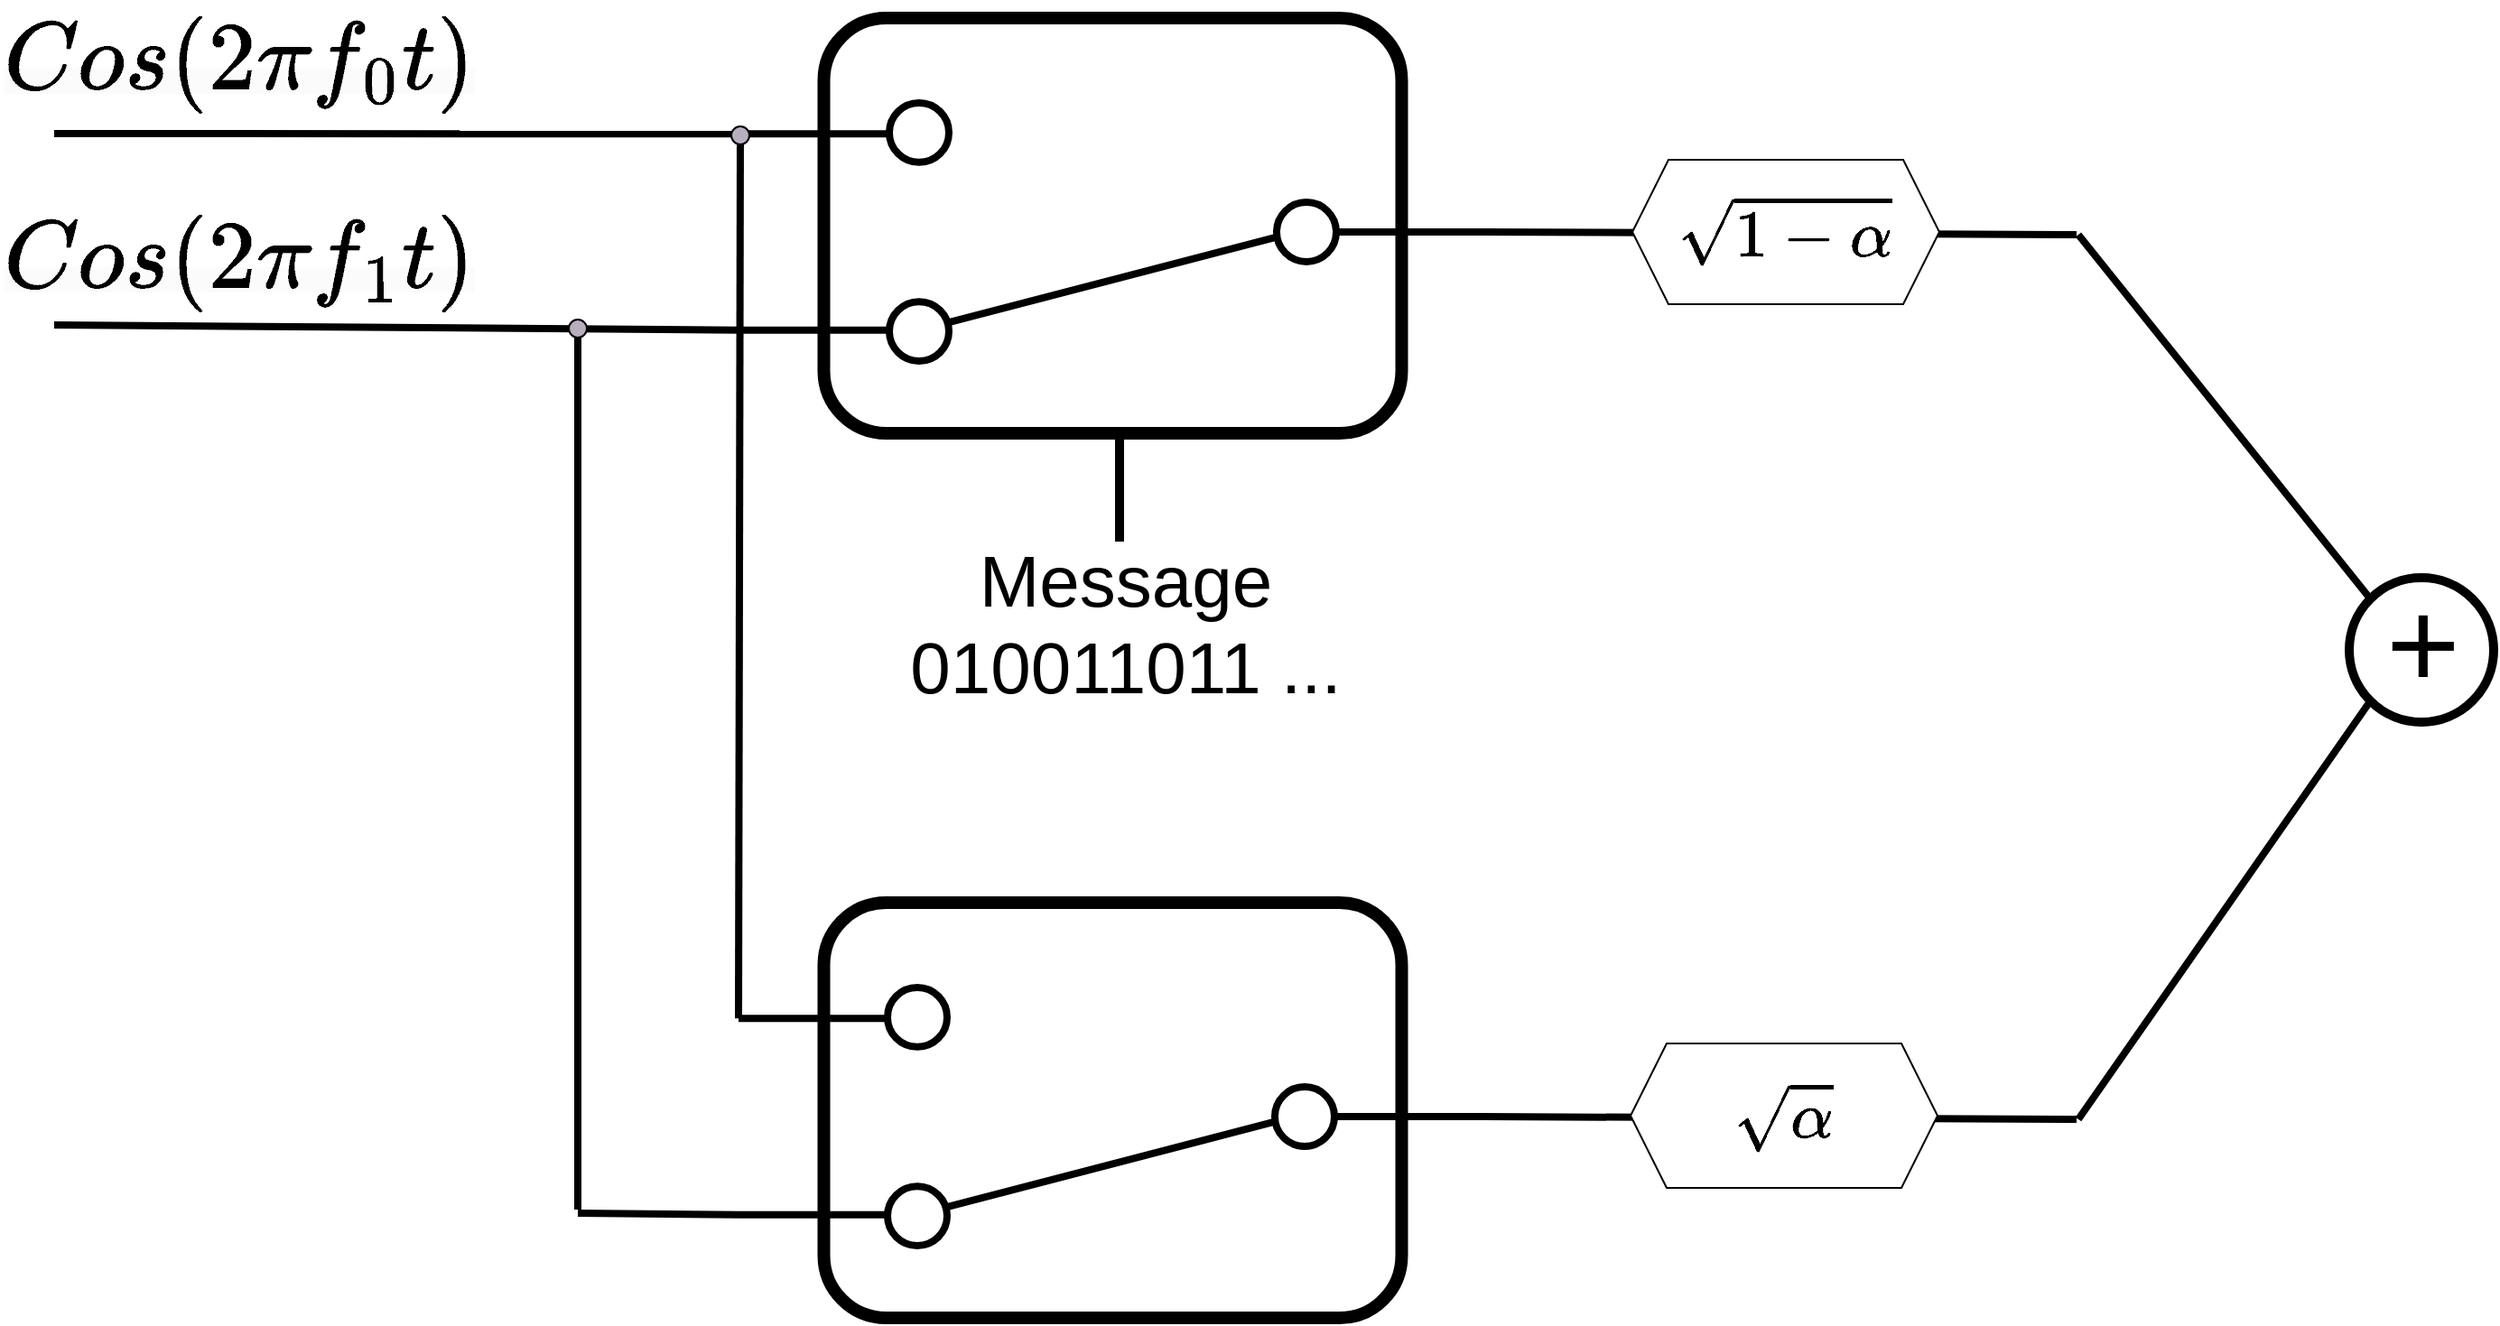
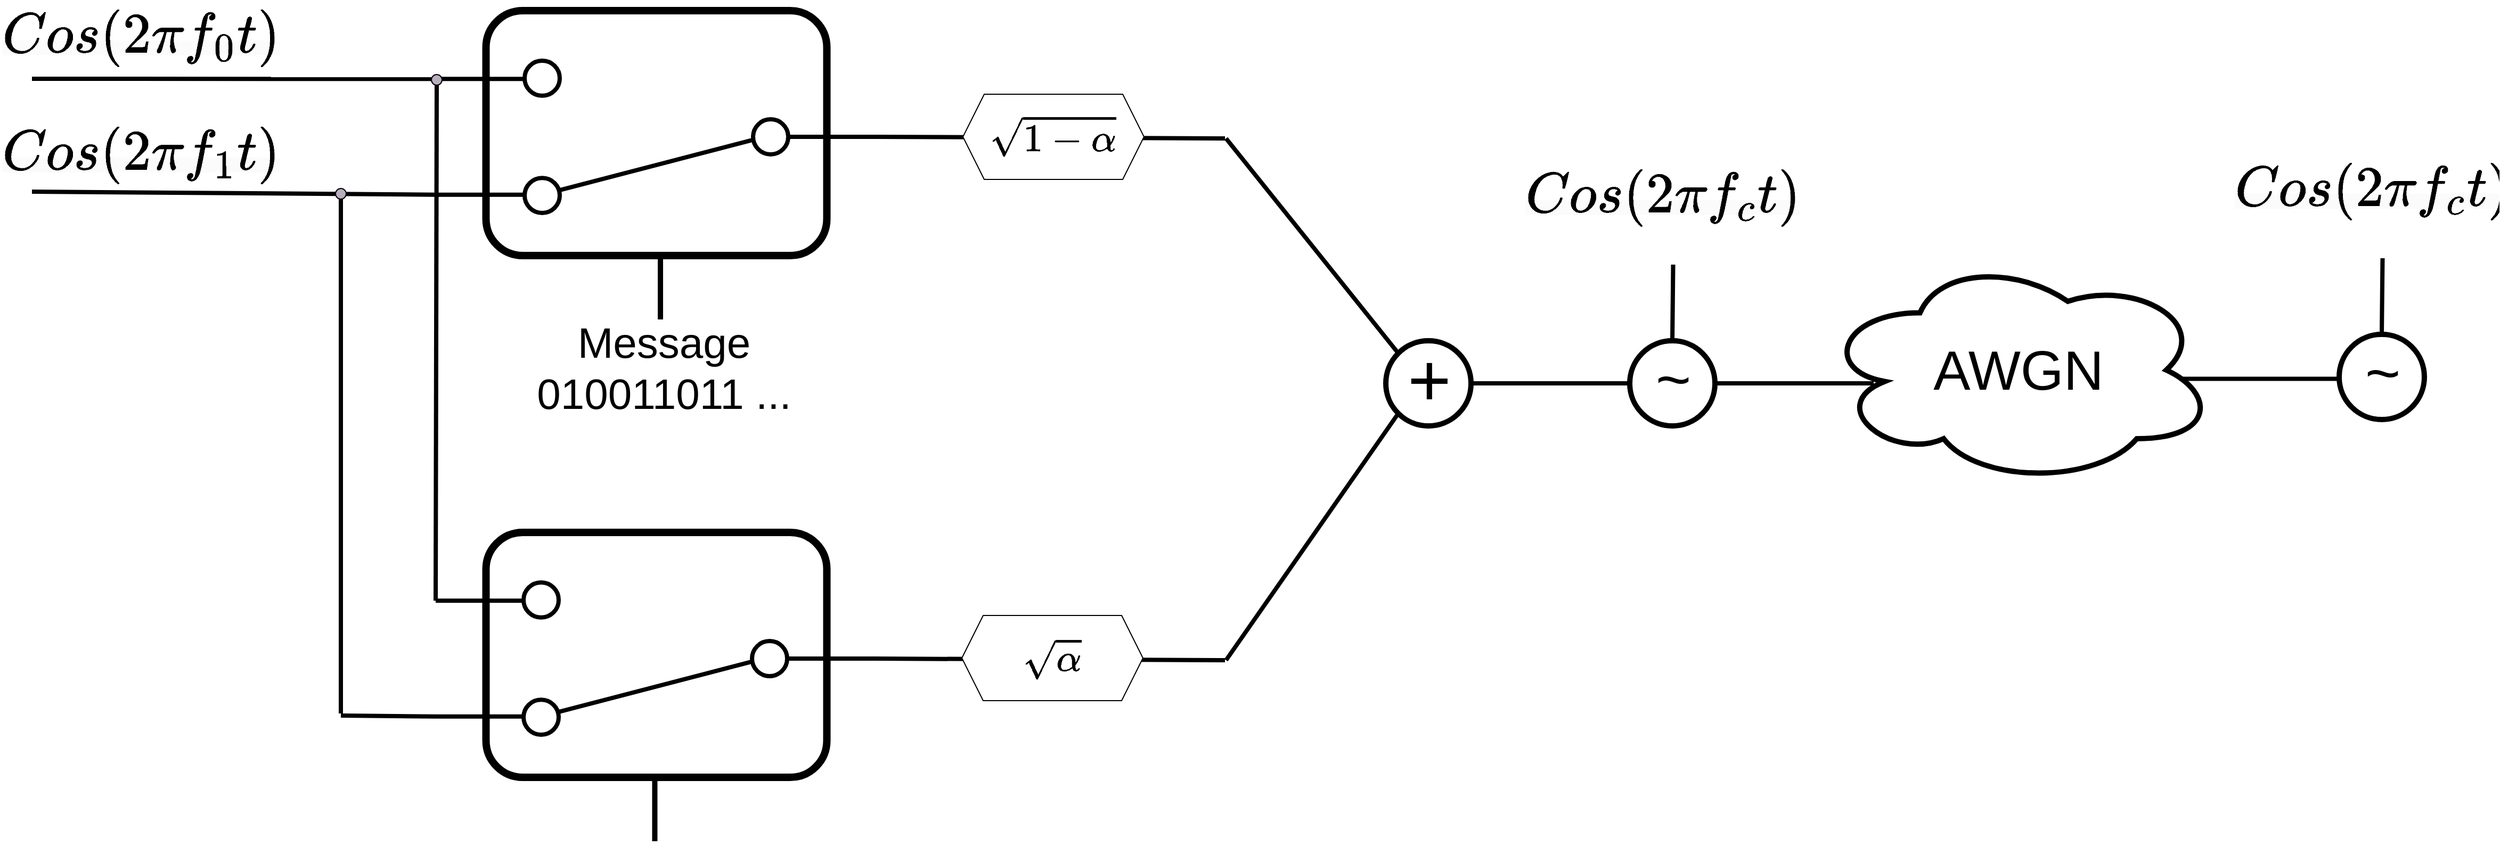
<mxfile host="app.diagrams.net" agent="Mozilla/5.0 (Macintosh; Intel Mac OS X 10_15_7) AppleWebKit/537.36 (KHTML, like Gecko) Chrome/134.0.0.0 Safari/537.36" version="26.1.0">
  <diagram name="Page-1" id="phkbYJqiPzpgWEG-CDjJ">
-     <mxGraphModel dx="3037" dy="1387" grid="1" gridSize="10" guides="1" tooltips="1" connect="1" arrows="1" fold="1" page="1" pageScale="1" pageWidth="850" pageHeight="1100" math="1" shadow="0">
+     <mxGraphModel dx="2639" dy="1135" grid="1" gridSize="10" guides="1" tooltips="1" connect="1" arrows="1" fold="1" page="1" pageScale="1" pageWidth="850" pageHeight="1100" math="1" shadow="0">
      <root>
        <mxCell id="0" />
        <mxCell id="1" parent="0" />
        <mxCell id="wHlsPSZeJdCyMSSXnjVd-3" value="" style="html=1;shape=mxgraph.electrical.electro-mechanical.twoWaySwitch;aspect=fixed;elSwitchState=2;rotation=-180;strokeWidth=4;" vertex="1" parent="1">
          <mxGeometry x="200" y="297" width="412.5" height="143" as="geometry" />
        </mxCell>
        <mxCell id="wHlsPSZeJdCyMSSXnjVd-5" value="&lt;span style=&quot;color: rgb(0, 0, 0); font-family: Helvetica; font-style: normal; font-variant-ligatures: normal; font-variant-caps: normal; font-weight: 400; letter-spacing: normal; orphans: 2; text-align: center; text-indent: 0px; text-transform: none; widows: 2; word-spacing: 0px; -webkit-text-stroke-width: 0px; white-space: normal; background-color: rgb(251, 251, 251); text-decoration-thickness: initial; text-decoration-style: initial; text-decoration-color: initial; float: none; display: inline !important;&quot;&gt;&lt;font style=&quot;font-size: 45px;&quot;&gt;\( Cos(2\pi f_0 t) \)&lt;/font&gt;&lt;/span&gt;" style="text;whiteSpace=wrap;html=1;" vertex="1" parent="1">
          <mxGeometry x="-210" y="240" width="250" height="100" as="geometry" />
        </mxCell>
        <mxCell id="wHlsPSZeJdCyMSSXnjVd-6" value="&lt;span style=&quot;color: rgb(0, 0, 0); font-family: Helvetica; font-style: normal; font-variant-ligatures: normal; font-variant-caps: normal; font-weight: 400; letter-spacing: normal; orphans: 2; text-align: center; text-indent: 0px; text-transform: none; widows: 2; word-spacing: 0px; -webkit-text-stroke-width: 0px; white-space: normal; background-color: rgb(251, 251, 251); text-decoration-thickness: initial; text-decoration-style: initial; text-decoration-color: initial; float: none; display: inline !important;&quot;&gt;&lt;font style=&quot;font-size: 45px;&quot;&gt;\( Cos(2\pi f_1 t) \)&lt;/font&gt;&lt;/span&gt;" style="text;whiteSpace=wrap;html=1;" vertex="1" parent="1">
          <mxGeometry x="-210" y="350" width="250" height="100" as="geometry" />
        </mxCell>
        <mxCell id="wHlsPSZeJdCyMSSXnjVd-7" value="" style="rounded=1;whiteSpace=wrap;html=1;fillColor=none;strokeWidth=7;" vertex="1" parent="1">
          <mxGeometry x="246.25" y="250" width="320" height="230" as="geometry" />
        </mxCell>
        <mxCell id="wHlsPSZeJdCyMSSXnjVd-8" value="" style="html=1;shape=mxgraph.electrical.electro-mechanical.twoWaySwitch;aspect=fixed;elSwitchState=2;rotation=-180;strokeWidth=4;" vertex="1" parent="1">
          <mxGeometry x="199" y="787" width="412.5" height="143" as="geometry" />
        </mxCell>
        <mxCell id="wHlsPSZeJdCyMSSXnjVd-9" value="" style="rounded=1;whiteSpace=wrap;html=1;fillColor=none;strokeWidth=7;" vertex="1" parent="1">
          <mxGeometry x="246.25" y="740" width="320" height="230" as="geometry" />
        </mxCell>
        <mxCell id="wHlsPSZeJdCyMSSXnjVd-10" value="" style="endArrow=none;html=1;rounded=0;entryX=1;entryY=0.88;entryDx=0;entryDy=0;strokeWidth=4;" edge="1" parent="1" target="wHlsPSZeJdCyMSSXnjVd-3">
          <mxGeometry width="50" height="50" relative="1" as="geometry">
            <mxPoint x="-180" y="314" as="sourcePoint" />
            <mxPoint x="165" y="333.5" as="targetPoint" />
          </mxGeometry>
        </mxCell>
        <mxCell id="wHlsPSZeJdCyMSSXnjVd-11" value="" style="endArrow=none;html=1;rounded=0;entryX=1;entryY=0.12;entryDx=0;entryDy=0;strokeWidth=4;" edge="1" parent="1" target="wHlsPSZeJdCyMSSXnjVd-3">
          <mxGeometry width="50" height="50" relative="1" as="geometry">
            <mxPoint x="-180" y="420" as="sourcePoint" />
            <mxPoint x="200" y="429.44" as="targetPoint" />
          </mxGeometry>
        </mxCell>
        <mxCell id="wHlsPSZeJdCyMSSXnjVd-12" value="" style="endArrow=none;html=1;rounded=0;entryX=1;entryY=0.88;entryDx=0;entryDy=0;strokeWidth=4;exitX=1;exitY=0.88;exitDx=0;exitDy=0;" edge="1" parent="1" source="wHlsPSZeJdCyMSSXnjVd-8" target="wHlsPSZeJdCyMSSXnjVd-3">
          <mxGeometry width="50" height="50" relative="1" as="geometry">
            <mxPoint x="170" y="770" as="sourcePoint" />
            <mxPoint x="310" y="380" as="targetPoint" />
          </mxGeometry>
        </mxCell>
        <mxCell id="wHlsPSZeJdCyMSSXnjVd-13" value="" style="endArrow=none;html=1;rounded=0;entryX=1;entryY=0.88;entryDx=0;entryDy=0;strokeWidth=4;" edge="1" parent="1">
          <mxGeometry width="50" height="50" relative="1" as="geometry">
            <mxPoint x="110" y="910" as="sourcePoint" />
            <mxPoint x="110" y="420" as="targetPoint" />
          </mxGeometry>
        </mxCell>
        <mxCell id="wHlsPSZeJdCyMSSXnjVd-14" value="" style="endArrow=none;html=1;rounded=0;entryX=1;entryY=0.12;entryDx=0;entryDy=0;strokeWidth=4;" edge="1" parent="1" target="wHlsPSZeJdCyMSSXnjVd-8">
          <mxGeometry width="50" height="50" relative="1" as="geometry">
            <mxPoint x="110" y="912" as="sourcePoint" />
            <mxPoint x="280" y="852" as="targetPoint" />
          </mxGeometry>
        </mxCell>
        <mxCell id="wHlsPSZeJdCyMSSXnjVd-16" value="" style="ellipse;whiteSpace=wrap;html=1;aspect=fixed;fillColor=#B8AEBD;" vertex="1" parent="1">
          <mxGeometry x="195" y="310" width="10" height="10" as="geometry" />
        </mxCell>
        <mxCell id="wHlsPSZeJdCyMSSXnjVd-21" value="" style="ellipse;whiteSpace=wrap;html=1;aspect=fixed;fillColor=#B8AEBD;" vertex="1" parent="1">
          <mxGeometry x="105" y="417" width="10" height="10" as="geometry" />
        </mxCell>
        <mxCell id="wHlsPSZeJdCyMSSXnjVd-22" value="" style="endArrow=none;html=1;rounded=0;strokeWidth=5;" edge="1" parent="1">
          <mxGeometry width="50" height="50" relative="1" as="geometry">
            <mxPoint x="410" y="540" as="sourcePoint" />
            <mxPoint x="410" y="480" as="targetPoint" />
          </mxGeometry>
        </mxCell>
        <mxCell id="wHlsPSZeJdCyMSSXnjVd-23" value="&lt;font style=&quot;font-size: 40px;&quot;&gt;Message&lt;br&gt;010011011 ...&lt;/font&gt;" style="text;html=1;align=center;verticalAlign=middle;whiteSpace=wrap;rounded=0;" vertex="1" parent="1">
          <mxGeometry x="246.25" y="570" width="334.75" height="30" as="geometry" />
        </mxCell>
        <mxCell id="wHlsPSZeJdCyMSSXnjVd-27" value="" style="endArrow=none;html=1;rounded=0;exitX=0;exitY=0.5;exitDx=0;exitDy=0;strokeWidth=4;" edge="1" parent="1">
          <mxGeometry width="50" height="50" relative="1" as="geometry">
            <mxPoint x="612.5" y="368.5" as="sourcePoint" />
            <mxPoint x="940" y="370" as="targetPoint" />
          </mxGeometry>
        </mxCell>
        <mxCell id="wHlsPSZeJdCyMSSXnjVd-28" value="" style="endArrow=none;html=1;rounded=0;exitX=0;exitY=0.5;exitDx=0;exitDy=0;strokeWidth=4;" edge="1" parent="1" source="wHlsPSZeJdCyMSSXnjVd-8">
          <mxGeometry width="50" height="50" relative="1" as="geometry">
            <mxPoint x="612.5" y="858.05" as="sourcePoint" />
            <mxPoint x="940" y="860" as="targetPoint" />
          </mxGeometry>
        </mxCell>
        <mxCell id="wHlsPSZeJdCyMSSXnjVd-29" value="" style="group" vertex="1" connectable="0" parent="1">
          <mxGeometry x="1091" y="560" width="80" height="80" as="geometry" />
        </mxCell>
        <mxCell id="wHlsPSZeJdCyMSSXnjVd-15" value="" style="ellipse;whiteSpace=wrap;html=1;aspect=fixed;strokeWidth=5;" vertex="1" parent="wHlsPSZeJdCyMSSXnjVd-29">
          <mxGeometry width="80" height="80" as="geometry" />
        </mxCell>
        <mxCell id="wHlsPSZeJdCyMSSXnjVd-26" value="&lt;font style=&quot;font-size: 70px;&quot;&gt;+&lt;/font&gt;" style="text;html=1;align=center;verticalAlign=middle;whiteSpace=wrap;rounded=0;" vertex="1" parent="wHlsPSZeJdCyMSSXnjVd-29">
          <mxGeometry x="11" y="21" width="60" height="30" as="geometry" />
        </mxCell>
        <mxCell id="wHlsPSZeJdCyMSSXnjVd-31" value="" style="endArrow=none;html=1;rounded=0;exitX=0;exitY=0;exitDx=0;exitDy=0;strokeWidth=4;" edge="1" parent="1" source="wHlsPSZeJdCyMSSXnjVd-15">
          <mxGeometry width="50" height="50" relative="1" as="geometry">
            <mxPoint x="1111" y="560" as="sourcePoint" />
            <mxPoint x="941" y="370" as="targetPoint" />
          </mxGeometry>
        </mxCell>
        <mxCell id="wHlsPSZeJdCyMSSXnjVd-32" value="" style="endArrow=none;html=1;rounded=0;entryX=0;entryY=1;entryDx=0;entryDy=0;strokeWidth=4;" edge="1" parent="1" target="wHlsPSZeJdCyMSSXnjVd-15">
          <mxGeometry width="50" height="50" relative="1" as="geometry">
            <mxPoint x="941" y="860" as="sourcePoint" />
            <mxPoint x="981" y="650" as="targetPoint" />
          </mxGeometry>
        </mxCell>
        <mxCell id="wHlsPSZeJdCyMSSXnjVd-36" value="&lt;span style=&quot;font-size: 31px;&quot;&gt;\( \sqrt{1- \alpha} \)&lt;/span&gt;" style="shape=hexagon;perimeter=hexagonPerimeter2;whiteSpace=wrap;html=1;fixedSize=1;" vertex="1" parent="1">
          <mxGeometry x="694" y="328.5" width="170" height="80" as="geometry" />
        </mxCell>
        <mxCell id="wHlsPSZeJdCyMSSXnjVd-37" value="&lt;span style=&quot;font-size: 31px;&quot;&gt;\( \sqrt{\alpha} \)&lt;/span&gt;" style="shape=hexagon;perimeter=hexagonPerimeter2;whiteSpace=wrap;html=1;fixedSize=1;" vertex="1" parent="1">
          <mxGeometry x="693" y="818" width="170" height="80" as="geometry" />
        </mxCell>
+         <mxCell id="wHlsPSZeJdCyMSSXnjVd-38" value="" style="endArrow=none;html=1;rounded=0;strokeWidth=4;" edge="1" parent="1">
+           <mxGeometry width="50" height="50" relative="1" as="geometry">
+             <mxPoint x="1171" y="600" as="sourcePoint" />
+             <mxPoint x="1320" y="600" as="targetPoint" />
+           </mxGeometry>
+         </mxCell>
+         <mxCell id="wHlsPSZeJdCyMSSXnjVd-39" value="" style="endArrow=none;html=1;rounded=0;strokeWidth=5;" edge="1" parent="1">
+           <mxGeometry width="50" height="50" relative="1" as="geometry">
+             <mxPoint x="404.72" y="1030" as="sourcePoint" />
+             <mxPoint x="404.72" y="970" as="targetPoint" />
+           </mxGeometry>
+         </mxCell>
+         <mxCell id="wHlsPSZeJdCyMSSXnjVd-40" value="" style="group" vertex="1" connectable="0" parent="1">
+           <mxGeometry x="1320" y="560" width="80" height="80" as="geometry" />
+         </mxCell>
+         <mxCell id="wHlsPSZeJdCyMSSXnjVd-41" value="" style="ellipse;whiteSpace=wrap;html=1;aspect=fixed;strokeWidth=5;" vertex="1" parent="wHlsPSZeJdCyMSSXnjVd-40">
+           <mxGeometry width="80" height="80" as="geometry" />
+         </mxCell>
+         <mxCell id="wHlsPSZeJdCyMSSXnjVd-42" value="&lt;font style=&quot;font-size: 57px;&quot;&gt;~&lt;/font&gt;" style="text;html=1;align=center;verticalAlign=middle;whiteSpace=wrap;rounded=0;" vertex="1" parent="wHlsPSZeJdCyMSSXnjVd-40">
+           <mxGeometry x="11" y="21" width="60" height="30" as="geometry" />
+         </mxCell>
+         <mxCell id="wHlsPSZeJdCyMSSXnjVd-44" value="&lt;span style=&quot;color: rgb(0, 0, 0); font-family: Helvetica; font-style: normal; font-variant-ligatures: normal; font-variant-caps: normal; font-weight: 400; letter-spacing: normal; orphans: 2; text-align: center; text-indent: 0px; text-transform: none; widows: 2; word-spacing: 0px; -webkit-text-stroke-width: 0px; white-space: normal; background-color: rgb(251, 251, 251); text-decoration-thickness: initial; text-decoration-style: initial; text-decoration-color: initial; float: none; display: inline !important;&quot;&gt;&lt;font style=&quot;font-size: 45px;&quot;&gt;\( Cos(2\pi f_c t) \)&lt;/font&gt;&lt;/span&gt;" style="text;whiteSpace=wrap;html=1;" vertex="1" parent="1">
+           <mxGeometry x="1220" y="390" width="250" height="100" as="geometry" />
+         </mxCell>
+         <mxCell id="wHlsPSZeJdCyMSSXnjVd-45" value="" style="endArrow=none;html=1;rounded=0;exitX=0.5;exitY=0;exitDx=0;exitDy=0;entryX=0.563;entryY=0.985;entryDx=0;entryDy=0;entryPerimeter=0;strokeWidth=4;" edge="1" parent="1" source="wHlsPSZeJdCyMSSXnjVd-41" target="wHlsPSZeJdCyMSSXnjVd-44">
+           <mxGeometry width="50" height="50" relative="1" as="geometry">
+             <mxPoint x="780" y="820" as="sourcePoint" />
+             <mxPoint x="830" y="770" as="targetPoint" />
+           </mxGeometry>
+         </mxCell>
+         <mxCell id="wHlsPSZeJdCyMSSXnjVd-46" value="" style="endArrow=none;html=1;rounded=0;strokeWidth=4;" edge="1" parent="1">
+           <mxGeometry width="50" height="50" relative="1" as="geometry">
+             <mxPoint x="1400" y="600" as="sourcePoint" />
+             <mxPoint x="1549" y="600" as="targetPoint" />
+           </mxGeometry>
+         </mxCell>
+         <mxCell id="wHlsPSZeJdCyMSSXnjVd-47" value="&lt;font style=&quot;font-size: 52px;&quot;&gt;AWGN&lt;/font&gt;" style="ellipse;shape=cloud;whiteSpace=wrap;html=1;strokeWidth=5;" vertex="1" parent="1">
+           <mxGeometry x="1500" y="480" width="370" height="215" as="geometry" />
+         </mxCell>
+         <mxCell id="wHlsPSZeJdCyMSSXnjVd-48" value="" style="endArrow=none;html=1;rounded=0;strokeWidth=4;" edge="1" parent="1">
+           <mxGeometry width="50" height="50" relative="1" as="geometry">
+             <mxPoint x="1836" y="595.78" as="sourcePoint" />
+             <mxPoint x="1985" y="595.78" as="targetPoint" />
+           </mxGeometry>
+         </mxCell>
+         <mxCell id="wHlsPSZeJdCyMSSXnjVd-50" value="" style="group" vertex="1" connectable="0" parent="1">
+           <mxGeometry x="1986" y="554" width="80" height="80" as="geometry" />
+         </mxCell>
+         <mxCell id="wHlsPSZeJdCyMSSXnjVd-51" value="" style="ellipse;whiteSpace=wrap;html=1;aspect=fixed;strokeWidth=5;" vertex="1" parent="wHlsPSZeJdCyMSSXnjVd-50">
+           <mxGeometry width="80" height="80" as="geometry" />
+         </mxCell>
+         <mxCell id="wHlsPSZeJdCyMSSXnjVd-52" value="&lt;font style=&quot;font-size: 57px;&quot;&gt;~&lt;/font&gt;" style="text;html=1;align=center;verticalAlign=middle;whiteSpace=wrap;rounded=0;" vertex="1" parent="wHlsPSZeJdCyMSSXnjVd-50">
+           <mxGeometry x="11" y="21" width="60" height="30" as="geometry" />
+         </mxCell>
+         <mxCell id="wHlsPSZeJdCyMSSXnjVd-53" value="&lt;span style=&quot;color: rgb(0, 0, 0); font-family: Helvetica; font-style: normal; font-variant-ligatures: normal; font-variant-caps: normal; font-weight: 400; letter-spacing: normal; orphans: 2; text-align: center; text-indent: 0px; text-transform: none; widows: 2; word-spacing: 0px; -webkit-text-stroke-width: 0px; white-space: normal; background-color: rgb(251, 251, 251); text-decoration-thickness: initial; text-decoration-style: initial; text-decoration-color: initial; float: none; display: inline !important;&quot;&gt;&lt;font style=&quot;font-size: 45px;&quot;&gt;\( Cos(2\pi f_c t) \)&lt;/font&gt;&lt;/span&gt;" style="text;whiteSpace=wrap;html=1;" vertex="1" parent="1">
+           <mxGeometry x="1886" y="384" width="250" height="100" as="geometry" />
+         </mxCell>
+         <mxCell id="wHlsPSZeJdCyMSSXnjVd-54" value="" style="endArrow=none;html=1;rounded=0;exitX=0.5;exitY=0;exitDx=0;exitDy=0;entryX=0.563;entryY=0.985;entryDx=0;entryDy=0;entryPerimeter=0;strokeWidth=4;" edge="1" parent="1" source="wHlsPSZeJdCyMSSXnjVd-51" target="wHlsPSZeJdCyMSSXnjVd-53">
+           <mxGeometry width="50" height="50" relative="1" as="geometry">
+             <mxPoint x="1446" y="814" as="sourcePoint" />
+             <mxPoint x="1496" y="764" as="targetPoint" />
+           </mxGeometry>
+         </mxCell>
      </root>
    </mxGraphModel>
  </diagram>
</mxfile>
